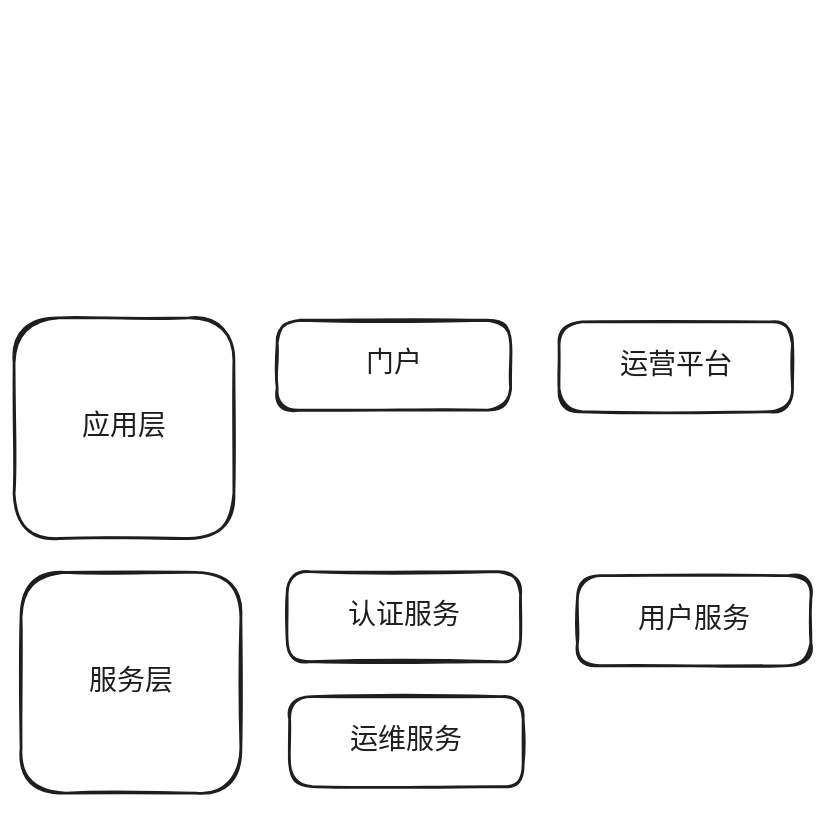
The Excalidraw diagram doc/assets/all.excalidraw.svg in geekeryy/api-hub, before a commit. Source tidied: one line per element, renumbered; positions are measured from the earlier drawing's top-left corner, leaving out a move shared by most shapes. The source it was exported from:
```json
{"id": 0, "type": "rectangle", "strokeColor": "#1e1e1e", "strokeWidth": 2, "roughness": 1, "round": true, "x": 197, "y": 271, "width": 167, "height": 64}
{"id": 1, "type": "text", "text": "运维服务", "strokeColor": "#1e1e1e", "strokeWidth": 2, "roughness": 1, "fontSize": 20, "fontFamily": 5, "textAlign": "center", "verticalAlign": "middle", "inside": 0, "x": 240, "y": 290, "width": 80, "height": 25}
{"id": 2, "type": "rectangle", "strokeColor": "#1e1e1e", "strokeWidth": 2, "roughness": 1, "round": true, "x": 195, "y": 181, "width": 167, "height": 64}
{"id": 3, "type": "text", "text": "认证服务", "strokeColor": "#1e1e1e", "strokeWidth": 2, "roughness": 1, "fontSize": 20, "fontFamily": 5, "textAlign": "center", "verticalAlign": "middle", "inside": 2, "x": 238, "y": 201, "width": 80, "height": 25}
{"id": 4, "type": "rectangle", "strokeColor": "#1e1e1e", "strokeWidth": 2, "roughness": 1, "round": true, "x": 402, "y": 184, "width": 167, "height": 64}
{"id": 5, "type": "text", "text": "用户服务", "strokeColor": "#1e1e1e", "strokeWidth": 2, "roughness": 1, "fontSize": 20, "fontFamily": 5, "textAlign": "center", "verticalAlign": "middle", "inside": 4, "x": 446, "y": 204, "width": 80, "height": 25}
{"id": 6, "type": "rectangle", "strokeColor": "#1e1e1e", "strokeWidth": 2, "roughness": 1, "round": true, "x": 5, "y": 182, "width": 157, "height": 158}
{"id": 7, "type": "text", "text": "服务层", "strokeColor": "#1e1e1e", "strokeWidth": 2, "roughness": 1, "fontSize": 20, "fontFamily": 5, "textAlign": "center", "verticalAlign": "middle", "inside": 6, "x": 54, "y": 248, "width": 60, "height": 25}
{"id": 8, "type": "rectangle", "strokeColor": "#1e1e1e", "strokeWidth": 2, "roughness": 1, "round": true, "x": 188, "y": 2, "width": 167, "height": 64}
{"id": 9, "type": "text", "text": "门户", "strokeColor": "#1e1e1e", "strokeWidth": 2, "roughness": 1, "fontSize": 20, "fontFamily": 5, "textAlign": "center", "verticalAlign": "middle", "inside": 8, "x": 251, "y": 21, "width": 40, "height": 25}
{"id": 10, "type": "rectangle", "strokeColor": "#1e1e1e", "strokeWidth": 2, "roughness": 1, "round": true, "x": 0, "y": 0, "width": 157, "height": 158}
{"id": 11, "type": "text", "text": "应用层", "strokeColor": "#1e1e1e", "strokeWidth": 2, "roughness": 1, "fontSize": 20, "fontFamily": 5, "textAlign": "center", "verticalAlign": "middle", "inside": 10, "x": 49, "y": 66, "width": 60, "height": 25}
{"id": 12, "type": "rectangle", "strokeColor": "#1e1e1e", "strokeWidth": 2, "roughness": 1, "round": true, "x": 389, "y": 3, "width": 167, "height": 64}
{"id": 13, "type": "text", "text": "运营平台", "strokeColor": "#1e1e1e", "strokeWidth": 2, "roughness": 1, "fontSize": 20, "fontFamily": 5, "textAlign": "center", "verticalAlign": "middle", "inside": 12, "x": 433, "y": 22, "width": 80, "height": 25}
```
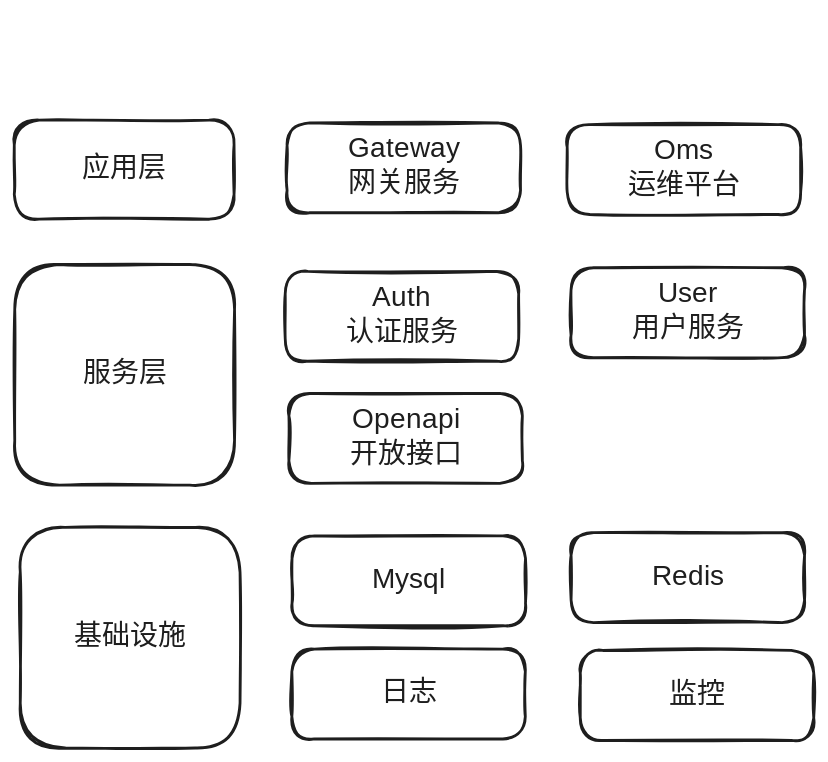
The same file after the commit.

Change to the diagram source:
```diff
@@ -1,14 +1,24 @@
-{"id": 0, "type": "rectangle", "strokeColor": "#1e1e1e", "strokeWidth": 2, "roughness": 1, "round": true, "x": 197, "y": 271, "width": 167, "height": 64}
+{"id": 0, "type": "rectangle", "strokeColor": "#1e1e1e", "strokeWidth": 2, "roughness": 1, "round": true, "x": 400, "y": 82, "width": 167, "height": 64}
-{"id": 1, "type": "text", "text": "运维服务", "strokeColor": "#1e1e1e", "strokeWidth": 2, "roughness": 1, "fontSize": 20, "fontFamily": 5, "textAlign": "center", "verticalAlign": "middle", "inside": 0, "x": 240, "y": 290, "width": 80, "height": 25}
+{"id": 1, "type": "text", "text": "Oms\n运维平台", "strokeColor": "#1e1e1e", "strokeWidth": 2, "roughness": 1, "fontSize": 20, "fontFamily": 5, "textAlign": "center", "verticalAlign": "middle", "inside": 0, "x": 443, "y": 89, "width": 80, "height": 50}
-{"id": 2, "type": "rectangle", "strokeColor": "#1e1e1e", "strokeWidth": 2, "roughness": 1, "round": true, "x": 195, "y": 181, "width": 167, "height": 64}
+{"id": 2, "type": "rectangle", "strokeColor": "#1e1e1e", "strokeWidth": 2, "roughness": 1, "round": true, "x": 198, "y": 187, "width": 167, "height": 64}
-{"id": 3, "type": "text", "text": "认证服务", "strokeColor": "#1e1e1e", "strokeWidth": 2, "roughness": 1, "fontSize": 20, "fontFamily": 5, "textAlign": "center", "verticalAlign": "middle", "inside": 2, "x": 238, "y": 201, "width": 80, "height": 25}
+{"id": 3, "type": "text", "text": "Auth\n认证服务", "strokeColor": "#1e1e1e", "strokeWidth": 2, "roughness": 1, "fontSize": 20, "fontFamily": 5, "textAlign": "center", "verticalAlign": "middle", "inside": 2, "x": 242, "y": 194, "width": 80, "height": 50}
 {"id": 4, "type": "rectangle", "strokeColor": "#1e1e1e", "strokeWidth": 2, "roughness": 1, "round": true, "x": 402, "y": 184, "width": 167, "height": 64}
-{"id": 5, "type": "text", "text": "用户服务", "strokeColor": "#1e1e1e", "strokeWidth": 2, "roughness": 1, "fontSize": 20, "fontFamily": 5, "textAlign": "center", "verticalAlign": "middle", "inside": 4, "x": 446, "y": 204, "width": 80, "height": 25}
+{"id": 5, "type": "text", "text": "User\n用户服务", "strokeColor": "#1e1e1e", "strokeWidth": 2, "roughness": 1, "fontSize": 20, "fontFamily": 5, "textAlign": "center", "verticalAlign": "middle", "inside": 4, "x": 446, "y": 191, "width": 80, "height": 50}
 {"id": 6, "type": "rectangle", "strokeColor": "#1e1e1e", "strokeWidth": 2, "roughness": 1, "round": true, "x": 5, "y": 182, "width": 157, "height": 158}
 {"id": 7, "type": "text", "text": "服务层", "strokeColor": "#1e1e1e", "strokeWidth": 2, "roughness": 1, "fontSize": 20, "fontFamily": 5, "textAlign": "center", "verticalAlign": "middle", "inside": 6, "x": 54, "y": 248, "width": 60, "height": 25}
-{"id": 8, "type": "rectangle", "strokeColor": "#1e1e1e", "strokeWidth": 2, "roughness": 1, "round": true, "x": 188, "y": 2, "width": 167, "height": 64}
+{"id": 8, "type": "rectangle", "strokeColor": "#1e1e1e", "strokeWidth": 2, "roughness": 1, "round": true, "x": 200, "y": 81, "width": 167, "height": 64}
-{"id": 9, "type": "text", "text": "门户", "strokeColor": "#1e1e1e", "strokeWidth": 2, "roughness": 1, "fontSize": 20, "fontFamily": 5, "textAlign": "center", "verticalAlign": "middle", "inside": 8, "x": 251, "y": 21, "width": 40, "height": 25}
+{"id": 9, "type": "text", "text": "Gateway\n网关服务", "strokeColor": "#1e1e1e", "strokeWidth": 2, "roughness": 1, "fontSize": 20, "fontFamily": 5, "textAlign": "center", "verticalAlign": "middle", "inside": 8, "x": 241, "y": 88, "width": 84, "height": 50}
-{"id": 10, "type": "rectangle", "strokeColor": "#1e1e1e", "strokeWidth": 2, "roughness": 1, "round": true, "x": 0, "y": 0, "width": 157, "height": 158}
+{"id": 10, "type": "rectangle", "strokeColor": "#1e1e1e", "strokeWidth": 2, "roughness": 1, "round": true, "x": 5, "y": 79, "width": 157, "height": 71}
-{"id": 11, "type": "text", "text": "应用层", "strokeColor": "#1e1e1e", "strokeWidth": 2, "roughness": 1, "fontSize": 20, "fontFamily": 5, "textAlign": "center", "verticalAlign": "middle", "inside": 10, "x": 49, "y": 66, "width": 60, "height": 25}
+{"id": 11, "type": "text", "text": "应用层", "strokeColor": "#1e1e1e", "strokeWidth": 2, "roughness": 1, "fontSize": 20, "fontFamily": 5, "textAlign": "center", "verticalAlign": "middle", "inside": 10, "x": 53, "y": 102, "width": 60, "height": 25}
-{"id": 12, "type": "rectangle", "strokeColor": "#1e1e1e", "strokeWidth": 2, "roughness": 1, "round": true, "x": 389, "y": 3, "width": 167, "height": 64}
-{"id": 13, "type": "text", "text": "运营平台", "strokeColor": "#1e1e1e", "strokeWidth": 2, "roughness": 1, "fontSize": 20, "fontFamily": 5, "textAlign": "center", "verticalAlign": "middle", "inside": 12, "x": 433, "y": 22, "width": 80, "height": 25}
+{"id": 14, "type": "rectangle", "strokeColor": "#1e1e1e", "strokeWidth": 2, "roughness": 1, "round": true, "x": 201, "y": 274, "width": 167, "height": 64}
+{"id": 15, "type": "text", "text": "Openapi\n开放接口", "strokeColor": "#1e1e1e", "strokeWidth": 2, "roughness": 1, "fontSize": 20, "fontFamily": 5, "textAlign": "center", "verticalAlign": "middle", "inside": 14, "x": 244, "y": 281, "width": 80, "height": 50}
+{"id": 16, "type": "rectangle", "strokeColor": "#1e1e1e", "strokeWidth": 2, "roughness": 1, "round": true, "x": 9, "y": 370, "width": 157, "height": 158}
+{"id": 17, "type": "text", "text": "基础设施", "strokeColor": "#1e1e1e", "strokeWidth": 2, "roughness": 1, "fontSize": 20, "fontFamily": 5, "textAlign": "center", "verticalAlign": "middle", "inside": 16, "x": 47, "y": 436, "width": 80, "height": 25}
+{"id": 18, "type": "rectangle", "strokeColor": "#1e1e1e", "strokeWidth": 2, "roughness": 1, "round": true, "x": 203, "y": 457, "width": 167, "height": 64}
+{"id": 19, "type": "text", "text": "日志", "strokeColor": "#1e1e1e", "strokeWidth": 2, "roughness": 1, "fontSize": 20, "fontFamily": 5, "textAlign": "center", "verticalAlign": "middle", "inside": 18, "x": 266, "y": 476, "width": 40, "height": 25}
+{"id": 20, "type": "rectangle", "strokeColor": "#1e1e1e", "strokeWidth": 2, "roughness": 1, "round": true, "x": 409, "y": 458, "width": 167, "height": 64}
+{"id": 21, "type": "text", "text": "监控", "strokeColor": "#1e1e1e", "strokeWidth": 2, "roughness": 1, "fontSize": 20, "fontFamily": 5, "textAlign": "center", "verticalAlign": "middle", "inside": 20, "x": 472, "y": 477, "width": 40, "height": 25}
+{"id": 22, "type": "rectangle", "strokeColor": "#1e1e1e", "strokeWidth": 2, "roughness": 1, "round": true, "x": 203, "y": 376, "width": 167, "height": 64}
+{"id": 23, "type": "text", "text": "Mysql", "strokeColor": "#1e1e1e", "strokeWidth": 2, "roughness": 1, "fontSize": 20, "fontFamily": 5, "textAlign": "center", "verticalAlign": "middle", "inside": 22, "x": 260, "y": 395, "width": 52, "height": 25}
+{"id": 24, "type": "rectangle", "strokeColor": "#1e1e1e", "strokeWidth": 2, "roughness": 1, "round": true, "x": 403, "y": 373, "width": 167, "height": 64}
+{"id": 25, "type": "text", "text": "Redis", "strokeColor": "#1e1e1e", "strokeWidth": 2, "roughness": 1, "fontSize": 20, "fontFamily": 5, "textAlign": "center", "verticalAlign": "middle", "inside": 24, "x": 459, "y": 393, "width": 53, "height": 25}
```
